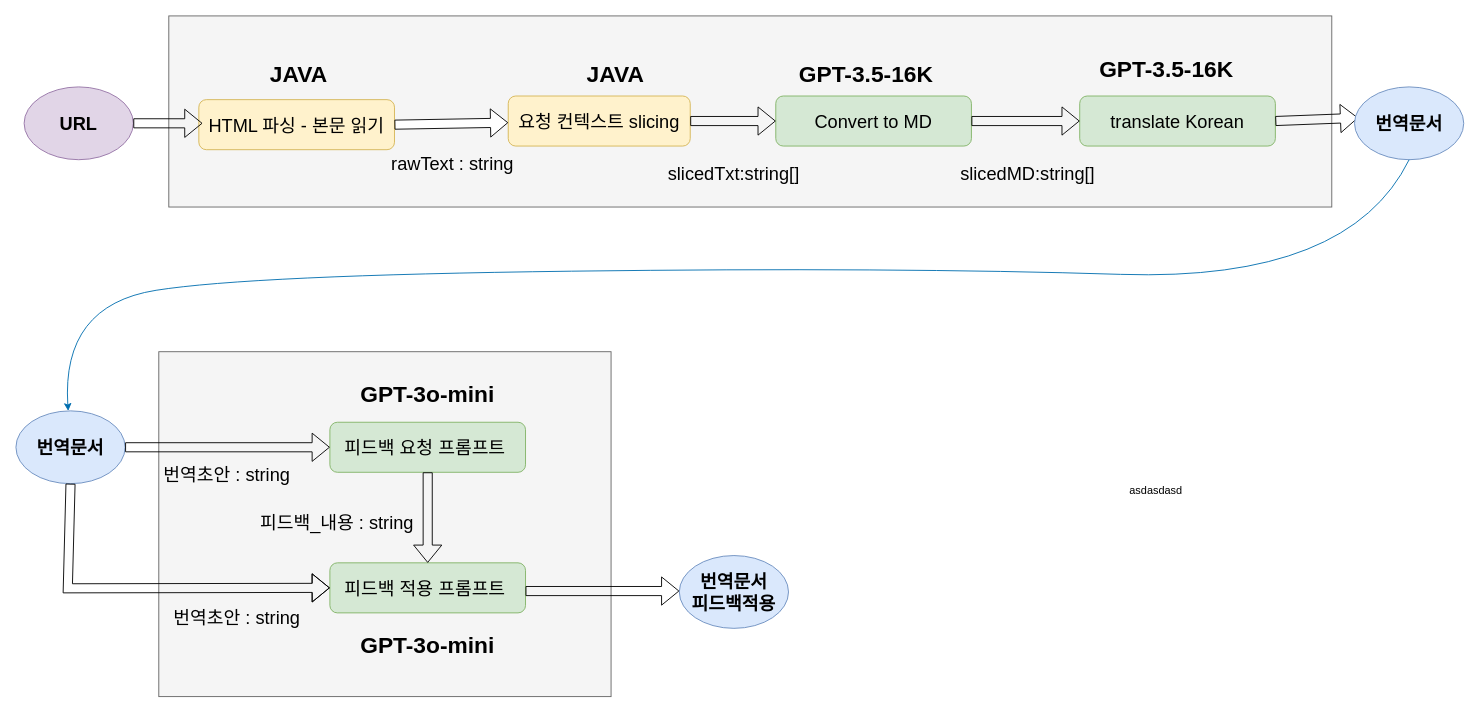
Above: page "번역 프로세스" (10 of 13) of 제목 없는 다이어그램.drawio in dkGithup2022/module_and_design (draw.io), before the change. Source tidied: cells renumbered, new cells numbered last; positions are measured from the earlier drawing's top-left corner, leaving out a move shared by most shapes. Both pictures are drawn from the tidied source at 91%, with x=0, y=0 at pixel (15, 15).
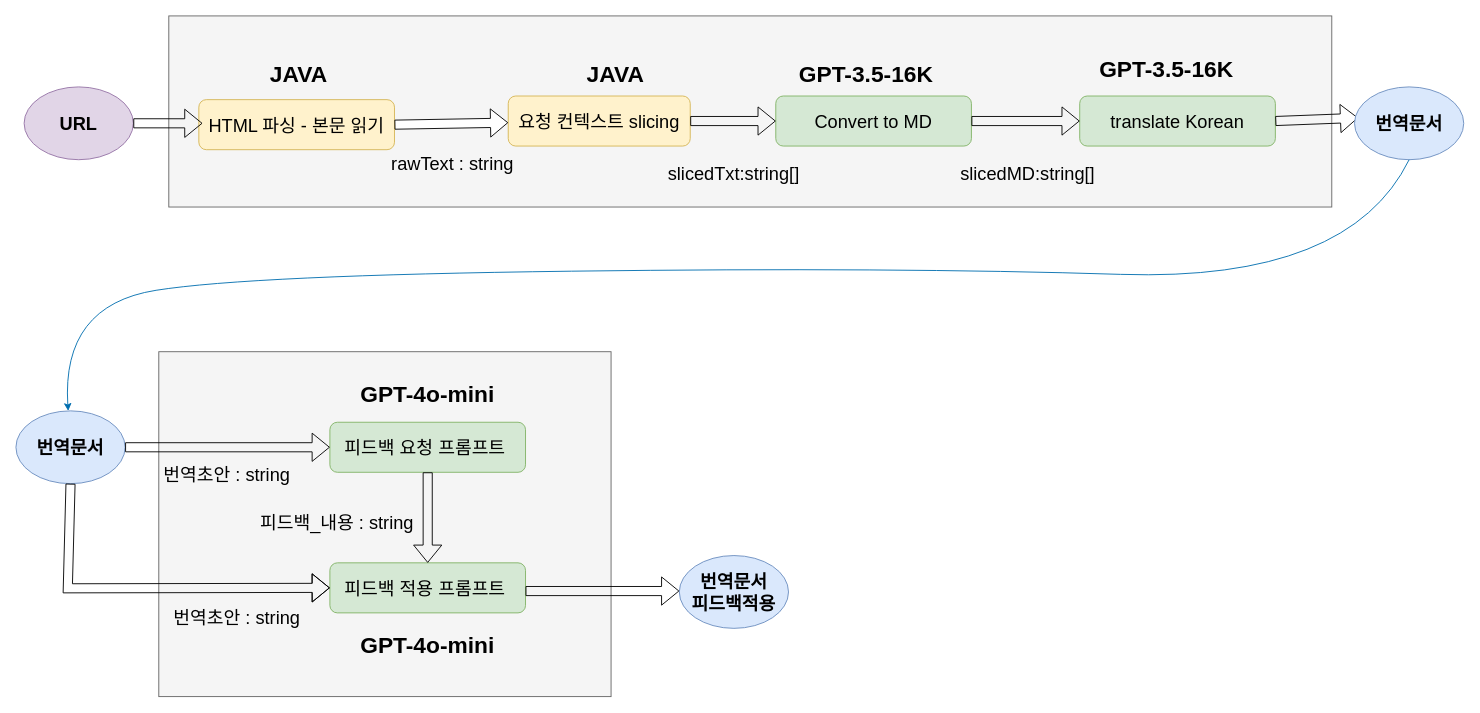
The same page after the edit.

Commit message:
제목 없는 다이어그램.drawio 업데이트

Change to the diagram source:
```diff
@@
-<mxGraphModel background="light-dark(#ffffff, #121212)">
+<mxGraphModel background="light-dark(#FFFFFF,#121212)">
@@
-    <mxCell id="33" value="&lt;span style=&quot;font-size: 25px;&quot;&gt;&lt;b&gt;GPT-3o-mini&lt;/b&gt;&lt;/span&gt;" style="text;html=1;align=center;verticalAlign=middle;whiteSpace=wrap;rounded=0;" parent="1" vertex="1">
+    <mxCell id="33" value="&lt;span style=&quot;font-size: 25px;&quot;&gt;&lt;b&gt;GPT-4o-mini&lt;/b&gt;&lt;/span&gt;" style="text;html=1;align=center;verticalAlign=middle;whiteSpace=wrap;rounded=0;" parent="1" vertex="1">
       <mxGeometry x="357" y="400" width="191" height="30" as="geometry" />
     </mxCell>
-    <mxCell id="34" value="&lt;span style=&quot;font-size: 25px;&quot;&gt;&lt;b&gt;GPT-3o-mini&lt;/b&gt;&lt;/span&gt;" style="text;html=1;align=center;verticalAlign=middle;whiteSpace=wrap;rounded=0;" parent="1" vertex="1">
+    <mxCell id="34" value="&lt;span style=&quot;font-size: 25px;&quot;&gt;&lt;b&gt;GPT-4o-mini&lt;/b&gt;&lt;/span&gt;" style="text;html=1;align=center;verticalAlign=middle;whiteSpace=wrap;rounded=0;" parent="1" vertex="1">
       <mxGeometry x="357" y="676" width="191" height="30" as="geometry" />
     </mxCell>
@@
-    <mxCell id="37" value="asdasdasd" style="text;html=1;align=center;verticalAlign=middle;whiteSpace=wrap;rounded=0;" parent="1" vertex="1">
-      <mxGeometry x="1223" y="507" width="60" height="30" as="geometry" />
-    </mxCell>
```
